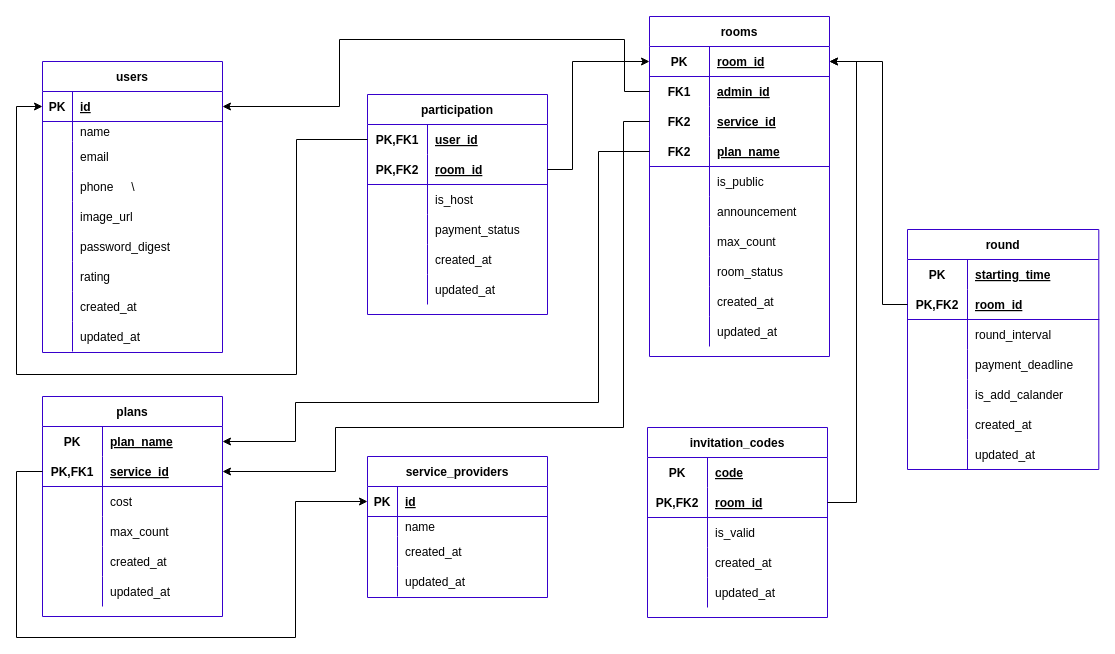
billsgates/salamander keeps this draw.io diagram as db/schema/table.drawio. Above is the earlier version. Source tidied: cells renumbered, new cells numbered last; positions are measured from the earlier drawing's top-left corner, leaving out a move shared by most shapes. Both pictures are drawn from the tidied source at 100%, with x=0, y=0 at pixel (16, 16).
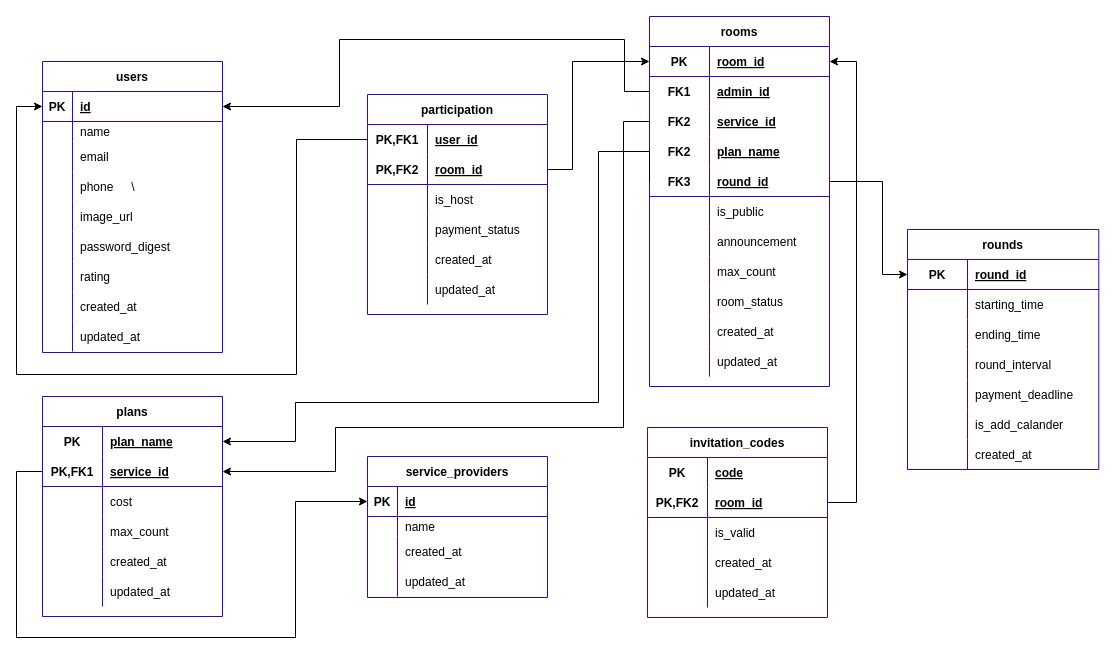
The same diagram, later.

The change refers to these unchanged cells:
```xml
<mxCell id="63" style="shape=partialRectangle;fillColor=none;top=0;left=0;bottom=1;right=0;points=[[0,0.5],[1,0.5]];portConstraint=eastwest;strokeColor=#3700CC;" parent="62" vertex="1">
  <mxGeometry y="30" width="180" height="30" as="geometry" />
</mxCell>
```

Diff of the diagram source:
```diff
@@
     <mxCell id="62" value="rooms" style="shape=table;startSize=30;childLayout=tableLayout;rowLines=0;fontStyle=1;align=center;shadow=0;labelBackgroundColor=none;strokeColor=#3700CC;fontColor=#000000;fillColor=#FFFFFF;swimlaneFillColor=#ffffff;" parent="1" vertex="1">
-      <mxGeometry x="633" width="180" height="340" as="geometry" />
+      <mxGeometry x="633" width="180" height="370" as="geometry" />
     </mxCell>
@@
+    <mxCell id="160" style="shape=partialRectangle;fillColor=none;top=0;left=0;bottom=0;right=0;strokeColor=#3700CC;" parent="62" vertex="1">
+      <mxGeometry y="120" width="180" height="30" as="geometry" />
+    </mxCell>
+    <mxCell id="161" value="FK2" style="shape=partialRectangle;fillColor=none;top=0;left=0;bottom=0;right=0;fontStyle=1;overflow=hidden;fontColor=#000000;" parent="160" vertex="1">
+      <mxGeometry width="60" height="30" as="geometry" />
+    </mxCell>
+    <mxCell id="162" value="plan_name" style="shape=partialRectangle;fillColor=none;top=0;left=0;bottom=0;right=0;align=left;spacingLeft=6;fontStyle=5;overflow=hidden;fontColor=#000000;" parent="160" vertex="1">
+      <mxGeometry x="60" width="120" height="30" as="geometry" />
+    </mxCell>
     <mxCell id="72" style="shape=partialRectangle;fillColor=none;top=0;left=0;bottom=1;right=0;points=[[0,0.5],[1,0.5]];portConstraint=eastwest;strokeColor=#3700CC;" parent="62" vertex="1">
-      <mxGeometry y="120" width="180" height="30" as="geometry" />
+      <mxGeometry y="150" width="180" height="30" as="geometry" />
     </mxCell>
-    <mxCell id="73" value="FK2" style="shape=partialRectangle;fillColor=none;top=0;left=0;bottom=0;right=0;fontStyle=1;overflow=hidden;fontColor=#000000;" parent="72" vertex="1">
+    <mxCell id="73" value="FK3" style="shape=partialRectangle;fillColor=none;top=0;left=0;bottom=0;right=0;fontStyle=1;overflow=hidden;fontColor=#000000;" parent="72" vertex="1">
       <mxGeometry width="60" height="30" as="geometry" />
     </mxCell>
-    <mxCell id="74" value="plan_name" style="shape=partialRectangle;fillColor=none;top=0;left=0;bottom=0;right=0;align=left;spacingLeft=6;fontStyle=5;overflow=hidden;fontColor=#000000;" parent="72" vertex="1">
+    <mxCell id="74" value="round_id" style="shape=partialRectangle;fillColor=none;top=0;left=0;bottom=0;right=0;align=left;spacingLeft=6;fontStyle=5;overflow=hidden;fontColor=#000000;" parent="72" vertex="1">
       <mxGeometry x="60" width="120" height="30" as="geometry" />
     </mxCell>
     <mxCell id="75" style="shape=partialRectangle;fillColor=none;top=0;left=0;bottom=0;right=0;" parent="62" vertex="1">
-      <mxGeometry y="150" width="180" height="30" as="geometry" />
+      <mxGeometry y="180" width="180" height="30" as="geometry" />
     </mxCell>
@@
     <mxCell id="78" style="shape=partialRectangle;fillColor=none;top=0;left=0;bottom=0;right=0;" parent="62" vertex="1">
-      <mxGeometry y="180" width="180" height="30" as="geometry" />
+      <mxGeometry y="210" width="180" height="30" as="geometry" />
     </mxCell>
@@
     <mxCell id="81" style="shape=partialRectangle;fillColor=none;top=0;left=0;bottom=0;right=0;" parent="62" vertex="1">
-      <mxGeometry y="210" width="180" height="30" as="geometry" />
+      <mxGeometry y="240" width="180" height="30" as="geometry" />
     </mxCell>
@@
     <mxCell id="84" style="shape=partialRectangle;fillColor=none;top=0;left=0;bottom=0;right=0;" parent="62" vertex="1">
-      <mxGeometry y="240" width="180" height="30" as="geometry" />
+      <mxGeometry y="270" width="180" height="30" as="geometry" />
     </mxCell>
@@
     <mxCell id="87" style="shape=partialRectangle;fillColor=none;top=0;left=0;bottom=0;right=0;" parent="62" vertex="1">
-      <mxGeometry y="270" width="180" height="30" as="geometry" />
+      <mxGeometry y="300" width="180" height="30" as="geometry" />
     </mxCell>
@@
     <mxCell id="90" style="shape=partialRectangle;fillColor=none;top=0;left=0;bottom=0;right=0;" parent="62" vertex="1">
-      <mxGeometry y="300" width="180" height="30" as="geometry" />
+      <mxGeometry y="330" width="180" height="30" as="geometry" />
     </mxCell>
@@
-    <mxCell id="137" value="round" style="shape=table;startSize=30;childLayout=tableLayout;rowLines=0;fontStyle=1;align=center;shadow=0;labelBackgroundColor=none;strokeColor=#3700CC;fontColor=#000000;fillColor=#FFFFFF;swimlaneFillColor=#ffffff;" parent="1" vertex="1">
+    <mxCell id="137" value="rounds" style="shape=table;startSize=30;childLayout=tableLayout;rowLines=0;fontStyle=1;align=center;shadow=0;labelBackgroundColor=none;strokeColor=#3700CC;fontColor=#000000;fillColor=#FFFFFF;swimlaneFillColor=#ffffff;" parent="1" vertex="1">
       <mxGeometry x="891" y="213" width="191.3" height="240" as="geometry" />
     </mxCell>
-    <mxCell id="138" style="shape=partialRectangle;fillColor=none;top=0;left=0;bottom=0;right=0;strokeColor=#3700CC;" parent="137" vertex="1">
-      <mxGeometry y="30" width="191.3" height="30" as="geometry" />
-    </mxCell>
+    <mxCell id="163" style="shape=partialRectangle;fillColor=none;top=0;left=0;bottom=1;right=0;points=[[0,0.5],[1,0.5]];portConstraint=eastwest;strokeColor=#3700CC;" parent="137" vertex="1">
+      <mxGeometry y="30" width="191.3" height="30" as="geometry" />
+    </mxCell>
-    <mxCell id="139" value="PK" style="shape=partialRectangle;fillColor=none;top=0;left=0;bottom=0;right=0;fontStyle=1;overflow=hidden;fontColor=#000000;" parent="138" vertex="1">
+    <mxCell id="139" value="PK" style="shape=partialRectangle;fillColor=none;top=0;left=0;bottom=0;right=0;fontStyle=1;overflow=hidden;fontColor=#000000;" parent="163" vertex="1">
       <mxGeometry width="60" height="30" as="geometry" />
     </mxCell>
+    <mxCell id="164" value="round_id" style="shape=partialRectangle;fillColor=none;top=0;left=0;bottom=0;right=0;align=left;spacingLeft=6;fontStyle=5;overflow=hidden;fontColor=#000000;" parent="163" vertex="1">
+      <mxGeometry x="60" width="131.3" height="30" as="geometry" />
+    </mxCell>
+    <mxCell id="165" style="shape=partialRectangle;fillColor=none;top=0;left=0;bottom=0;right=0;" parent="137" vertex="1">
+      <mxGeometry y="60" width="191.3" height="30" as="geometry" />
+    </mxCell>
+    <mxCell id="166" style="shape=partialRectangle;fillColor=none;top=0;left=0;bottom=0;right=0;overflow=hidden;fontColor=#000000;" parent="165" vertex="1">
+      <mxGeometry width="60" height="30" as="geometry" />
+    </mxCell>
-    <mxCell id="140" value="starting_time" style="shape=partialRectangle;fillColor=none;top=0;left=0;bottom=0;right=0;align=left;spacingLeft=6;fontStyle=5;overflow=hidden;fontColor=#000000;" parent="138" vertex="1">
+    <mxCell id="140" value="starting_time" style="shape=partialRectangle;fillColor=none;top=0;left=0;bottom=0;right=0;align=left;spacingLeft=6;overflow=hidden;fontColor=#000000;" parent="165" vertex="1">
       <mxGeometry x="60" width="131.3" height="30" as="geometry" />
     </mxCell>
-    <mxCell id="141" style="shape=partialRectangle;fillColor=none;top=0;left=0;bottom=1;right=0;points=[[0,0.5],[1,0.5]];portConstraint=eastwest;strokeColor=#3700CC;" parent="137" vertex="1">
-      <mxGeometry y="60" width="191.3" height="30" as="geometry" />
-    </mxCell>
-    <mxCell id="142" value="PK,FK2" style="shape=partialRectangle;fillColor=none;top=0;left=0;bottom=0;right=0;fontStyle=1;overflow=hidden;fontColor=#000000;" parent="141" vertex="1">
-      <mxGeometry width="60" height="30" as="geometry" />
-    </mxCell>
-    <mxCell id="143" value="room_id" style="shape=partialRectangle;fillColor=none;top=0;left=0;bottom=0;right=0;align=left;spacingLeft=6;fontStyle=5;overflow=hidden;fontColor=#000000;" parent="141" vertex="1">
-      <mxGeometry x="60" width="131.3" height="30" as="geometry" />
-    </mxCell>
+    <mxCell id="167" style="shape=partialRectangle;fillColor=none;top=0;left=0;bottom=0;right=0;" parent="137" vertex="1">
+      <mxGeometry y="90" width="191.3" height="30" as="geometry" />
+    </mxCell>
+    <mxCell id="168" style="shape=partialRectangle;fillColor=none;top=0;left=0;bottom=0;right=0;overflow=hidden;fontColor=#000000;" parent="167" vertex="1">
+      <mxGeometry width="60" height="30" as="geometry" />
+    </mxCell>
+    <mxCell id="169" value="ending_time" style="shape=partialRectangle;fillColor=none;top=0;left=0;bottom=0;right=0;align=left;spacingLeft=6;overflow=hidden;fontColor=#000000;" parent="167" vertex="1">
+      <mxGeometry x="60" width="131.3" height="30" as="geometry" />
+    </mxCell>
     <mxCell id="144" style="shape=partialRectangle;fillColor=none;top=0;left=0;bottom=0;right=0;" parent="137" vertex="1">
-      <mxGeometry y="90" width="191.3" height="30" as="geometry" />
+      <mxGeometry y="120" width="191.3" height="30" as="geometry" />
     </mxCell>
@@
     <mxCell id="147" style="shape=partialRectangle;fillColor=none;top=0;left=0;bottom=0;right=0;" parent="137" vertex="1">
-      <mxGeometry y="120" width="191.3" height="30" as="geometry" />
+      <mxGeometry y="150" width="191.3" height="30" as="geometry" />
     </mxCell>
@@
     <mxCell id="150" style="shape=partialRectangle;fillColor=none;top=0;left=0;bottom=0;right=0;" parent="137" vertex="1">
-      <mxGeometry y="150" width="191.3" height="30" as="geometry" />
+      <mxGeometry y="180" width="191.3" height="30" as="geometry" />
     </mxCell>
@@
     <mxCell id="153" style="shape=partialRectangle;fillColor=none;top=0;left=0;bottom=0;right=0;" parent="137" vertex="1">
-      <mxGeometry y="180" width="191.3" height="30" as="geometry" />
+      <mxGeometry y="210" width="191.3" height="30" as="geometry" />
     </mxCell>
@@
-    <mxCell id="156" style="shape=partialRectangle;fillColor=none;top=0;left=0;bottom=0;right=0;" parent="137" vertex="1">
-      <mxGeometry y="210" width="191.3" height="30" as="geometry" />
-    </mxCell>
-    <mxCell id="157" style="shape=partialRectangle;fillColor=none;top=0;left=0;bottom=0;right=0;overflow=hidden;fontColor=#000000;" parent="156" vertex="1">
-      <mxGeometry width="60" height="30" as="geometry" />
-    </mxCell>
-    <mxCell id="158" value="updated_at" style="shape=partialRectangle;fillColor=none;top=0;left=0;bottom=0;right=0;align=left;spacingLeft=6;overflow=hidden;fontColor=#000000;" parent="156" vertex="1">
-      <mxGeometry x="60" width="131.3" height="30" as="geometry" />
-    </mxCell>
-    <mxCell id="159" style="edgeStyle=orthogonalEdgeStyle;rounded=0;jettySize=auto;html=1;exitX=0;exitY=0.5;exitDx=0;exitDy=0;entryX=1;entryY=0.5;entryDx=0;entryDy=0;strokeColor=#000000;" parent="1" edge="1" source="141" target="63">
-      <mxGeometry relative="1" as="geometry">
-        <Array as="points">
-          <mxPoint x="866" y="288" />
-          <mxPoint x="866" y="45" />
-        </Array>
-      </mxGeometry>
-    </mxCell>
+    <mxCell id="170" style="edgeStyle=orthogonalEdgeStyle;rounded=0;jettySize=auto;html=1;exitX=1;exitY=0.5;exitDx=0;exitDy=0;entryX=0;entryY=0.5;entryDx=0;entryDy=0;strokeColor=#000000;" parent="1" edge="1" source="72" target="163">
+      <mxGeometry relative="1" as="geometry">
+        <Array as="points">
+          <mxPoint x="866" y="165" />
+          <mxPoint x="866" y="258" />
+        </Array>
+      </mxGeometry>
+    </mxCell>
```
